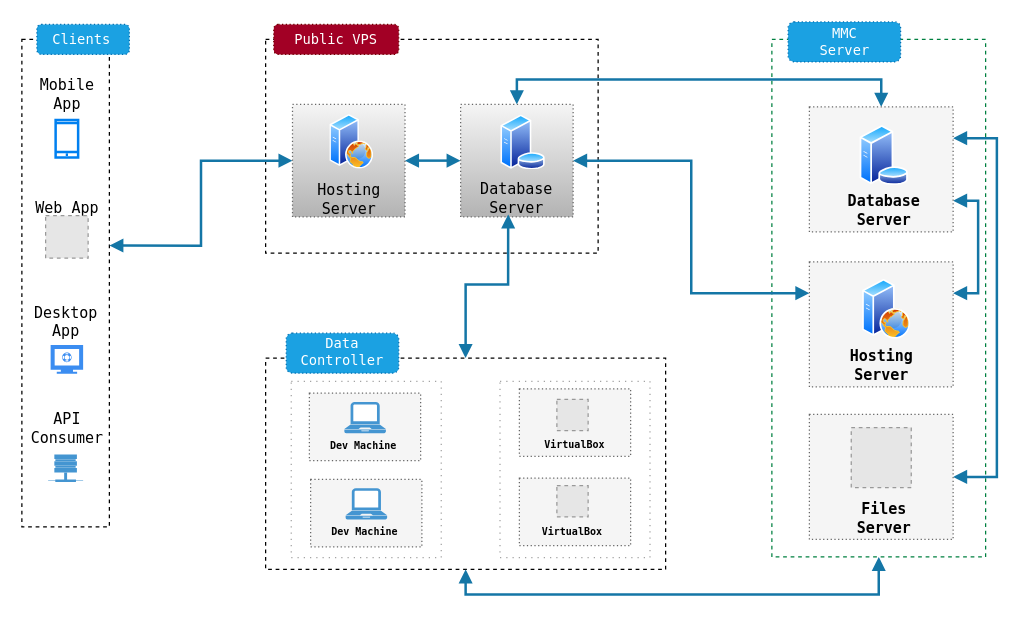
Above: page "Copy of Page-1" (2 of 3) of Untitled Diagram.drawio in shoaibijaz/soding (draw.io), before the change. Source tidied: cells renumbered, new cells numbered last; positions are measured from the earlier drawing's top-left corner, leaving out a move shared by most shapes. Both pictures are drawn from the tidied source at 125%, with x=0, y=0 at pixel (21, 21). Pictures stored in the file or linked from it are replaced by grey dashed boxes.
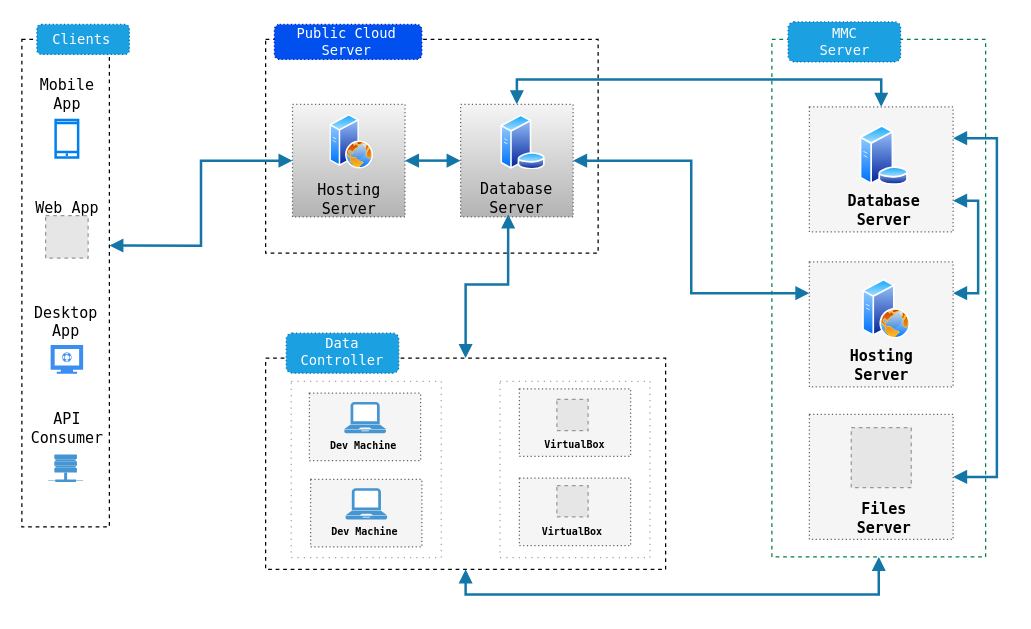
The same diagram, later.

Diff of the diagram source:
```diff
@@
-    <mxCell id="35" style="rounded=1;whiteSpace=wrap;html=1;dashed=1;dashPattern=1 2;strokeColor=#6F0000;fillColor=#a20025;fontFamily=Lucida Console;fontSize=10;fontColor=#ffffff;" parent="1" vertex="1">
-      <mxGeometry x="201.5" y="2" width="100" height="24" as="geometry" />
+    <mxCell id="35" style="rounded=1;whiteSpace=wrap;html=1;dashed=1;dashPattern=1 2;strokeColor=#001DBC;fillColor=#0050ef;fontFamily=Lucida Console;fontSize=10;fontColor=#ffffff;" parent="1" vertex="1">
+      <mxGeometry x="202" y="2" width="118" height="28" as="geometry" />
     </mxCell>
-    <mxCell id="36" value="&lt;font style=&quot;font-size: 11px&quot;&gt;Public VPS&lt;/font&gt;" style="text;html=1;strokeColor=none;fillColor=none;align=center;verticalAlign=middle;whiteSpace=wrap;rounded=0;dashed=1;dashPattern=1 2;fontFamily=Lucida Console;fontSize=11;fontColor=#FFFFFF;" parent="1" vertex="1">
-      <mxGeometry x="214" y="4" width="75" height="20" as="geometry" />
+    <mxCell id="36" value="&lt;font style=&quot;font-size: 11px&quot;&gt;Public Cloud Server&lt;/font&gt;" style="text;html=1;strokeColor=none;fillColor=none;align=center;verticalAlign=middle;whiteSpace=wrap;rounded=0;dashed=1;dashPattern=1 2;fontFamily=Lucida Console;fontSize=11;fontColor=#FFFFFF;" parent="1" vertex="1">
+      <mxGeometry x="217" y="6" width="86" height="20" as="geometry" />
     </mxCell>
```
